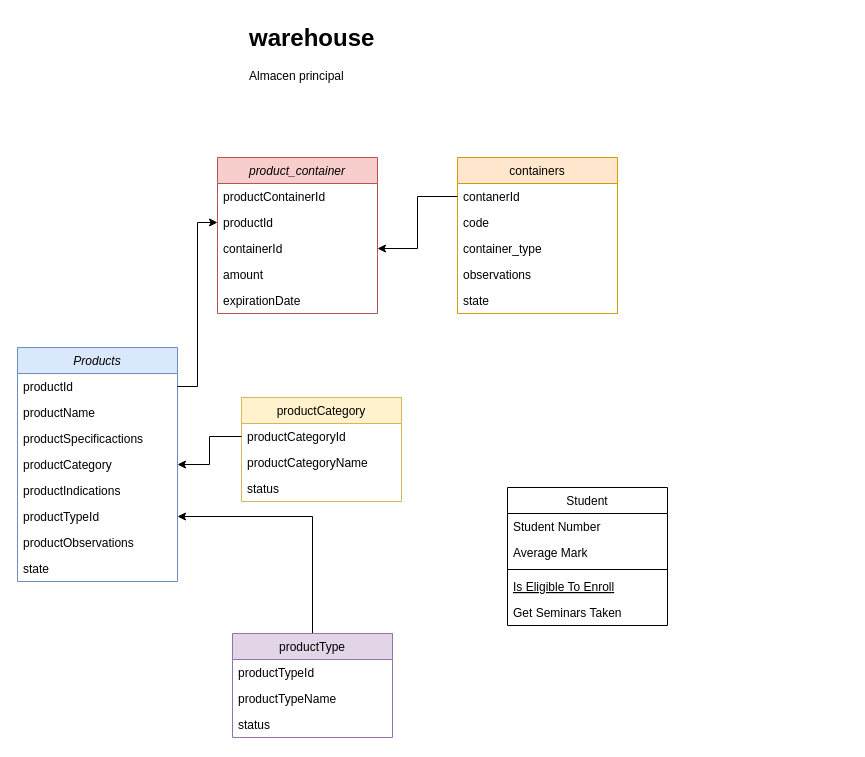
The draw.io diagram pharmacy.drawio in CarlosMayo1/pharmacy, before the edit. Source tidied: cells renumbered, new cells numbered last; positions are measured from the earlier drawing's top-left corner, leaving out a move shared by most shapes. Both pictures are drawn from the tidied source at 100%, with x=0, y=0 at pixel (17, 17).
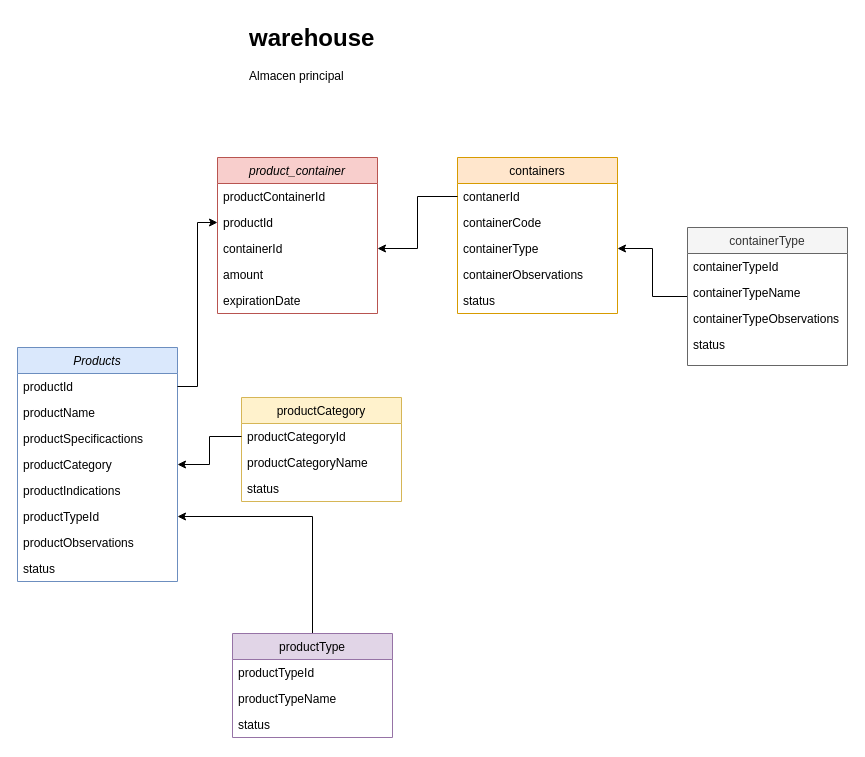
Above is the later version.

The change refers to these unchanged cells:
```xml
<mxCell id="2" value="Products" style="swimlane;fontStyle=2;align=center;verticalAlign=top;horizontal=1;startSize=26;rounded=0;shadow=0;strokeWidth=1;fillColor=#dae8fc;strokeColor=#6c8ebf;" parent="1" vertex="1">
  <mxGeometry y="330" width="160" height="234" as="geometry" />
</mxCell>
<mxCell id="21" value="containers" style="swimlane;fontStyle=0;align=center;verticalAlign=top;horizontal=1;startSize=26;rounded=0;shadow=0;strokeWidth=1;fillColor=#ffe6cc;strokeColor=#d79b00;" parent="1" vertex="1">
  <mxGeometry x="440" y="140" width="160" height="156" as="geometry" />
</mxCell>
```

The edit, as a diff of the source:
```diff
@@
-    <mxCell id="10" value="state" style="text;align=left;verticalAlign=top;spacingLeft=4;spacingRight=4;overflow=hidden;rounded=0;shadow=0;html=0;" parent="2" vertex="1">
+    <mxCell id="10" value="status" style="text;align=left;verticalAlign=top;spacingLeft=4;spacingRight=4;overflow=hidden;rounded=0;shadow=0;html=0;" parent="2" vertex="1">
       <mxGeometry y="208" width="160" height="26" as="geometry" />
     </mxCell>
+    <mxCell id="42" style="edgeStyle=orthogonalEdgeStyle;rounded=0;jettySize=auto;html=1;" parent="1" edge="1" source="11" target="24">
+      <mxGeometry relative="1" as="geometry" />
+    </mxCell>
-    <mxCell id="11" value="Student" style="swimlane;fontStyle=0;align=center;verticalAlign=top;horizontal=1;startSize=26;rounded=0;shadow=0;strokeWidth=1;" parent="1" vertex="1">
-      <mxGeometry x="490" y="470" width="160" height="138" as="geometry" />
+    <mxCell id="11" value="containerType" style="swimlane;fontStyle=0;align=center;verticalAlign=top;horizontal=1;startSize=26;rounded=0;shadow=0;strokeWidth=1;fillColor=#f5f5f5;fontColor=#333333;strokeColor=#666666;" parent="1" vertex="1">
+      <mxGeometry x="670" y="210" width="160" height="138" as="geometry" />
     </mxCell>
-    <mxCell id="12" value="Student Number" style="text;align=left;verticalAlign=top;spacingLeft=4;spacingRight=4;overflow=hidden;" parent="11" vertex="1">
+    <mxCell id="12" value="containerTypeId" style="text;align=left;verticalAlign=top;spacingLeft=4;spacingRight=4;overflow=hidden;" parent="11" vertex="1">
       <mxGeometry y="26" width="160" height="26" as="geometry" />
     </mxCell>
-    <mxCell id="13" value="Average Mark" style="text;align=left;verticalAlign=top;spacingLeft=4;spacingRight=4;overflow=hidden;rounded=0;shadow=0;html=0;" parent="11" vertex="1">
+    <mxCell id="13" value="containerTypeName" style="text;align=left;verticalAlign=top;spacingLeft=4;spacingRight=4;overflow=hidden;rounded=0;shadow=0;html=0;" parent="11" vertex="1">
       <mxGeometry y="52" width="160" height="26" as="geometry" />
     </mxCell>
-    <mxCell id="14" style="line;html=1;strokeWidth=1;align=left;verticalAlign=middle;spacingTop=-1;spacingLeft=3;spacingRight=3;labelPosition=right;" parent="11" vertex="1">
-      <mxGeometry y="78" width="160" height="8" as="geometry" />
-    </mxCell>
-    <mxCell id="15" value="Is Eligible To Enroll" style="text;align=left;verticalAlign=top;spacingLeft=4;spacingRight=4;overflow=hidden;fontStyle=4;" parent="11" vertex="1">
-      <mxGeometry y="86" width="160" height="26" as="geometry" />
-    </mxCell>
-    <mxCell id="16" value="Get Seminars Taken" style="text;align=left;verticalAlign=top;spacingLeft=4;spacingRight=4;overflow=hidden;" parent="11" vertex="1">
-      <mxGeometry y="112" width="160" height="26" as="geometry" />
+    <mxCell id="16" value="containerTypeObservations" style="text;align=left;verticalAlign=top;spacingLeft=4;spacingRight=4;overflow=hidden;" parent="11" vertex="1">
+      <mxGeometry y="78" width="160" height="26" as="geometry" />
     </mxCell>
+    <mxCell id="43" value="status" style="text;align=left;verticalAlign=top;spacingLeft=4;spacingRight=4;overflow=hidden;" parent="11" vertex="1">
+      <mxGeometry y="104" width="160" height="26" as="geometry" />
+    </mxCell>
@@
-    <mxCell id="23" value="code" style="text;align=left;verticalAlign=top;spacingLeft=4;spacingRight=4;overflow=hidden;rounded=0;shadow=0;html=0;" parent="21" vertex="1">
+    <mxCell id="23" value="containerCode" style="text;align=left;verticalAlign=top;spacingLeft=4;spacingRight=4;overflow=hidden;rounded=0;shadow=0;html=0;" parent="21" vertex="1">
       <mxGeometry y="52" width="160" height="26" as="geometry" />
     </mxCell>
-    <mxCell id="24" value="container_type" style="text;align=left;verticalAlign=top;spacingLeft=4;spacingRight=4;overflow=hidden;points=[[0,0.5],[1,0.5]];portConstraint=eastwest;rounded=0;shadow=0;html=0;" parent="21" vertex="1">
+    <mxCell id="24" value="containerType" style="text;align=left;verticalAlign=top;spacingLeft=4;spacingRight=4;overflow=hidden;points=[[0,0.5],[1,0.5]];portConstraint=eastwest;rounded=0;shadow=0;html=0;" parent="21" vertex="1">
       <mxGeometry y="78" width="160" height="26" as="geometry" />
     </mxCell>
-    <mxCell id="25" value="observations" style="text;align=left;verticalAlign=top;spacingLeft=4;spacingRight=4;overflow=hidden;rounded=0;shadow=0;html=0;" parent="21" vertex="1">
+    <mxCell id="25" value="containerObservations" style="text;align=left;verticalAlign=top;spacingLeft=4;spacingRight=4;overflow=hidden;rounded=0;shadow=0;html=0;" parent="21" vertex="1">
       <mxGeometry y="104" width="160" height="26" as="geometry" />
     </mxCell>
-    <mxCell id="26" value="state" style="text;align=left;verticalAlign=top;spacingLeft=4;spacingRight=4;overflow=hidden;rounded=0;shadow=0;html=0;" parent="21" vertex="1">
+    <mxCell id="26" value="status" style="text;align=left;verticalAlign=top;spacingLeft=4;spacingRight=4;overflow=hidden;rounded=0;shadow=0;html=0;" parent="21" vertex="1">
       <mxGeometry y="130" width="160" height="26" as="geometry" />
     </mxCell>
```
